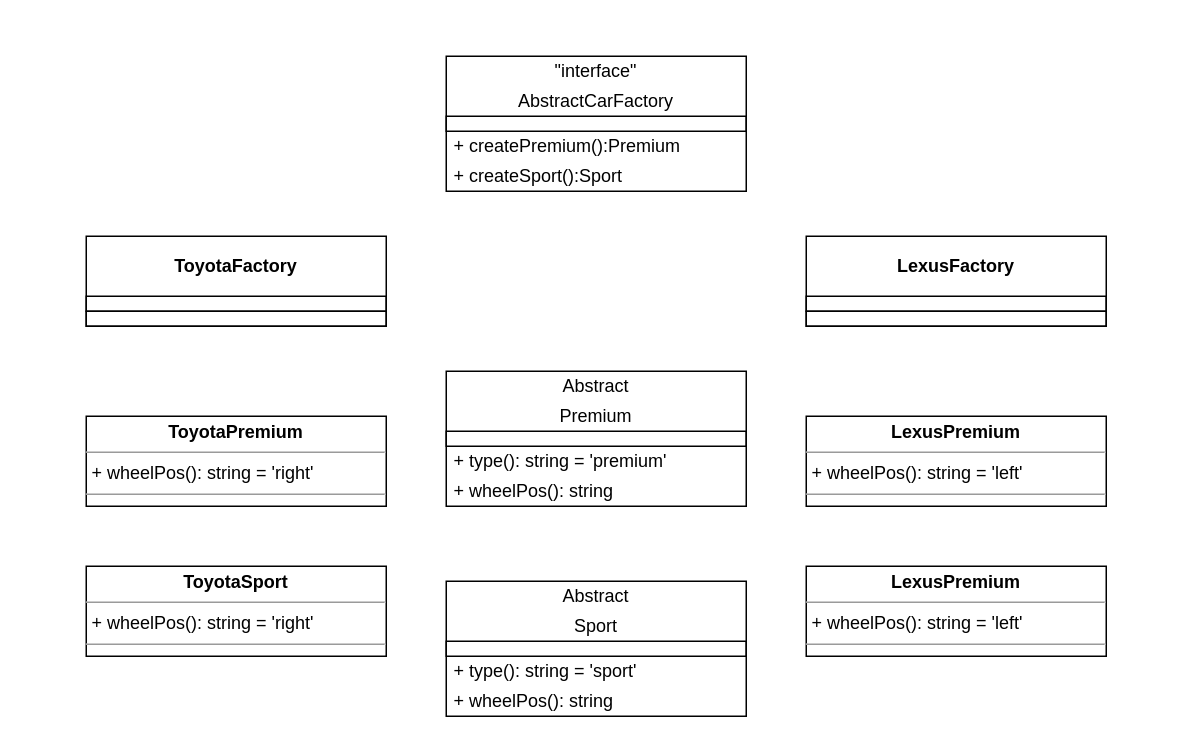
Before: Creational/Abstract Factory/Untitled Diagram.drawio in Kazantip94/Patern, a draw.io diagram. Source tidied: cells renumbered, new cells numbered last; positions are measured from the earlier drawing's top-left corner, leaving out a move shared by most shapes. Both pictures are drawn from the tidied source at 150%, with x=0, y=0 at pixel (86, 56).
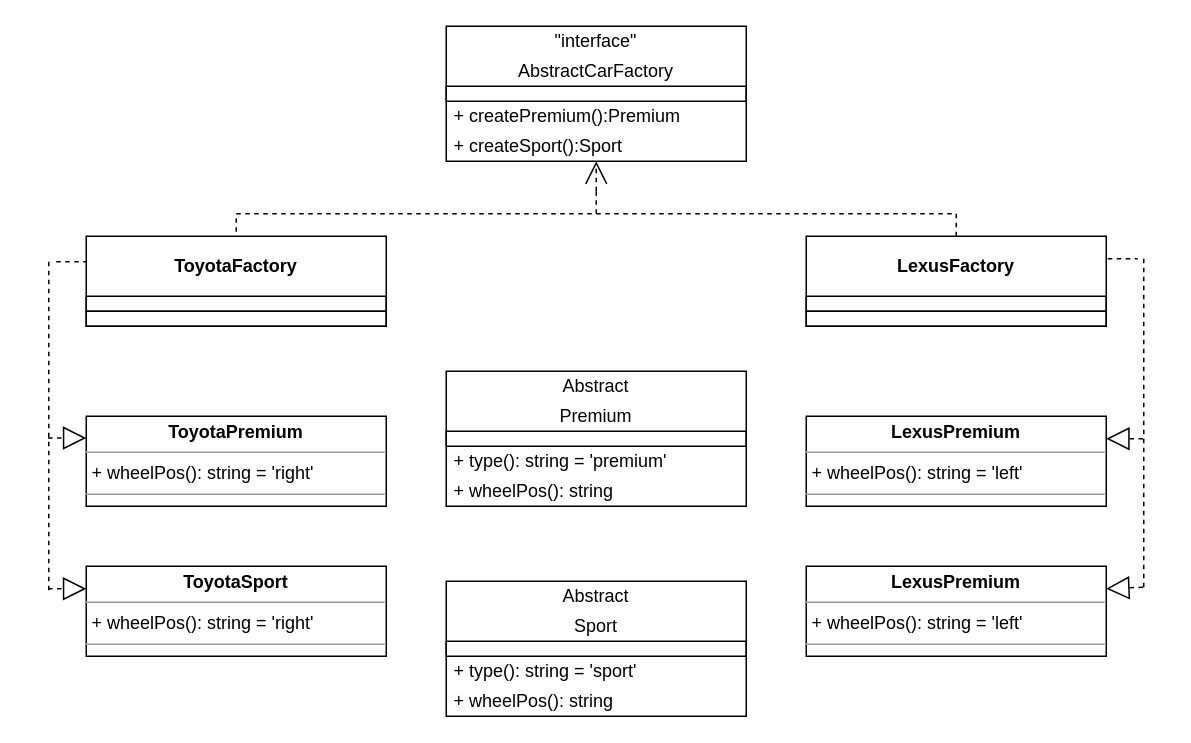
After the change.

The change refers to these unchanged cells:
```xml
<mxCell id="17" value="&lt;p style=&quot;margin: 0px ; margin-top: 4px ; text-align: center&quot;&gt;&lt;b&gt;ToyotaSport&lt;/b&gt;&lt;/p&gt;&lt;hr size=&quot;1&quot;&gt;&lt;p style=&quot;margin: 0px ; margin-left: 4px&quot;&gt;+ wheelPos(): string = 'right'&lt;/p&gt;&lt;hr size=&quot;1&quot;&gt;&lt;p style=&quot;margin: 0px ; margin-left: 4px&quot;&gt;&lt;br&gt;&lt;/p&gt;" style="verticalAlign=top;align=left;overflow=fill;fontSize=12;fontFamily=Helvetica;html=1;strokeColor=#000000;" parent="1" vertex="1">
  <mxGeometry y="340" width="200" height="60" as="geometry" />
</mxCell>
<mxCell id="18" value="&lt;p style=&quot;margin: 0px ; margin-top: 4px ; text-align: center&quot;&gt;&lt;b&gt;LexusPremium&lt;/b&gt;&lt;/p&gt;&lt;hr size=&quot;1&quot;&gt;&lt;p style=&quot;margin: 0px ; margin-left: 4px&quot;&gt;+ wheelPos(): string = 'left'&lt;/p&gt;&lt;hr size=&quot;1&quot;&gt;&lt;p style=&quot;margin: 0px ; margin-left: 4px&quot;&gt;&lt;br&gt;&lt;/p&gt;" style="verticalAlign=top;align=left;overflow=fill;fontSize=12;fontFamily=Helvetica;html=1;strokeColor=#000000;" parent="1" vertex="1">
  <mxGeometry x="480" y="240" width="200" height="60" as="geometry" />
</mxCell>
<mxCell id="19" value="&lt;p style=&quot;margin: 0px ; margin-top: 4px ; text-align: center&quot;&gt;&lt;b&gt;LexusPremium&lt;/b&gt;&lt;/p&gt;&lt;hr size=&quot;1&quot;&gt;&lt;p style=&quot;margin: 0px ; margin-left: 4px&quot;&gt;+ wheelPos(): string = 'left'&lt;/p&gt;&lt;hr size=&quot;1&quot;&gt;&lt;p style=&quot;margin: 0px ; margin-left: 4px&quot;&gt;&lt;br&gt;&lt;/p&gt;" style="verticalAlign=top;align=left;overflow=fill;fontSize=12;fontFamily=Helvetica;html=1;strokeColor=#000000;" parent="1" vertex="1">
  <mxGeometry x="480" y="340" width="200" height="60" as="geometry" />
</mxCell>
```

What changed in the source:
```diff
@@
     <mxCell id="2" style="rounded=0;whiteSpace=wrap;html=1;" parent="1" vertex="1">
-      <mxGeometry x="240" width="200" height="90" as="geometry" />
+      <mxGeometry x="240" y="-20" width="200" height="90" as="geometry" />
     </mxCell>
     <mxCell id="3" value="&quot;interface&quot;" style="text;html=1;strokeColor=none;fillColor=none;align=center;verticalAlign=middle;whiteSpace=wrap;rounded=0;" parent="1" vertex="1">
-      <mxGeometry x="240" width="200" height="20" as="geometry" />
+      <mxGeometry x="240" y="-20" width="200" height="20" as="geometry" />
     </mxCell>
     <mxCell id="4" value="AbstractCarFactory" style="text;html=1;strokeColor=none;fillColor=none;align=center;verticalAlign=middle;whiteSpace=wrap;rounded=0;" parent="1" vertex="1">
-      <mxGeometry x="240" y="20" width="200" height="20" as="geometry" />
+      <mxGeometry x="240" width="200" height="20" as="geometry" />
     </mxCell>
     <mxCell id="5" value="&amp;nbsp;+ createPremium():Premium" style="text;html=1;strokeColor=none;fillColor=none;align=left;verticalAlign=middle;whiteSpace=wrap;rounded=0;" parent="1" vertex="1">
-      <mxGeometry x="240" y="50" width="200" height="20" as="geometry" />
+      <mxGeometry x="240" y="30" width="200" height="20" as="geometry" />
     </mxCell>
     <mxCell id="6" style="text;html=1;fillColor=none;align=center;verticalAlign=middle;whiteSpace=wrap;rounded=0;strokeColor=#000000;" parent="1" vertex="1">
-      <mxGeometry x="240" y="40" width="200" height="10" as="geometry" />
+      <mxGeometry x="240" y="20" width="200" height="10" as="geometry" />
     </mxCell>
     <mxCell id="7" value="&amp;nbsp;+ createSport():Sport" style="text;html=1;strokeColor=none;fillColor=none;align=left;verticalAlign=middle;whiteSpace=wrap;rounded=0;" parent="1" vertex="1">
-      <mxGeometry x="240" y="70" width="200" height="20" as="geometry" />
+      <mxGeometry x="240" y="50" width="200" height="20" as="geometry" />
     </mxCell>
@@
+    <mxCell id="32" style="strokeWidth=1;html=1;shape=mxgraph.flowchart.annotation_2;align=left;labelPosition=right;direction=south;dashed=1;" parent="1" vertex="1">
+      <mxGeometry x="100" y="90" width="480" height="30" as="geometry" />
+    </mxCell>
+    <mxCell id="33" style="endArrow=open;html=1;strokeColor=#000000;entryX=0.5;entryY=1;entryDx=0;entryDy=0;endFill=0;strokeWidth=1;dashed=1;endSize=13;" parent="1" edge="1" target="7">
+      <mxGeometry relative="1" as="geometry">
+        <mxPoint x="340" y="90" as="sourcePoint" />
+      </mxGeometry>
+    </mxCell>
+    <mxCell id="34" style="line;strokeWidth=1;direction=south;html=1;perimeter=backbonePerimeter;points=[];outlineConnect=0;dashed=1;" parent="1" vertex="1">
+      <mxGeometry x="-30" y="137" width="10" height="219" as="geometry" />
+    </mxCell>
+    <mxCell id="35" style="line;strokeWidth=1;html=1;dashed=1;" parent="1" vertex="1">
+      <mxGeometry x="-20" y="132" width="20" height="10" as="geometry" />
+    </mxCell>
+    <mxCell id="36" style="endArrow=block;html=1;dashed=1;endSize=13;strokeColor=#000000;strokeWidth=1;endFill=0;" parent="1" edge="1" source="34">
+      <mxGeometry relative="1" as="geometry">
+        <mxPoint y="254.5" as="targetPoint" />
+      </mxGeometry>
+    </mxCell>
+    <mxCell id="37" style="endArrow=block;html=1;dashed=1;endSize=13;strokeColor=#000000;strokeWidth=1;endFill=0;entryX=0;entryY=0.25;entryDx=0;entryDy=0;" parent="1" edge="1" source="34" target="17">
+      <mxGeometry relative="1" as="geometry" />
+    </mxCell>
+    <mxCell id="38" style="line;strokeWidth=1;direction=south;html=1;perimeter=backbonePerimeter;points=[];outlineConnect=0;dashed=1;" parent="1" vertex="1">
+      <mxGeometry x="700" y="135" width="10" height="219" as="geometry" />
+    </mxCell>
+    <mxCell id="39" style="endArrow=block;html=1;dashed=1;endSize=13;strokeColor=#000000;strokeWidth=1;endFill=0;entryX=1;entryY=0.25;entryDx=0;entryDy=0;" parent="1" edge="1" source="38" target="18">
+      <mxGeometry relative="1" as="geometry" />
+    </mxCell>
+    <mxCell id="40" style="endArrow=block;html=1;dashed=1;endSize=13;strokeColor=#000000;strokeWidth=1;endFill=0;entryX=1;entryY=0.25;entryDx=0;entryDy=0;" parent="1" edge="1" source="38" target="19">
+      <mxGeometry relative="1" as="geometry" />
+    </mxCell>
+    <mxCell id="41" style="line;strokeWidth=1;html=1;dashed=1;" parent="1" vertex="1">
+      <mxGeometry x="681" y="130" width="20" height="10" as="geometry" />
+    </mxCell>
```
